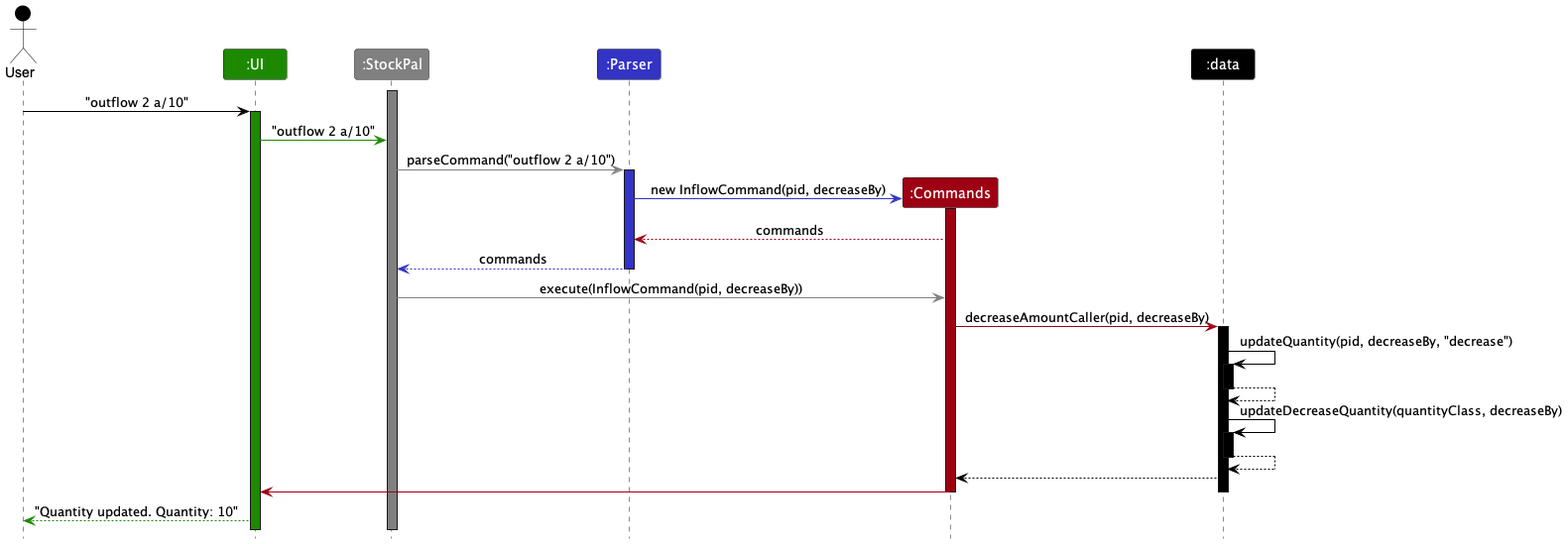
Earlier version of the PlantUML export docs/images/OutflowCommandSequence.png (leongxingyu/tp). The source it was exported from:
```plantuml
@startuml
!include style.puml
skinparam ArrowFontStyle plain

Actor User as user USER_COLOR
Participant ":UI" as ui UI_COLOR
Participant ":StockPal" as stockpal STOCKPAL_COLOR
Participant ":Parser" as parser PARSER_COLOR
Participant ":Commands" as commands COMMANDS_COLOR
Participant ":data" as data DATA_COLOR

activate stockpal STOCKPAL_COLOR

user -[USER_COLOR]> ui : "outflow 2 a/10"
activate ui UI_COLOR

ui -[UI_COLOR]>stockpal : "outflow 2 a/10"

stockpal -[STOCKPAL_COLOR]> parser : parseCommand("outflow 2 a/10")
activate parser PARSER_COLOR

create commands
parser -[PARSER_COLOR]> commands : new InflowCommand(pid, decreaseBy)
activate commands COMMANDS_COLOR
commands --[COMMANDS_COLOR]> parser : commands

parser --[PARSER_COLOR]> stockpal : commands
deactivate parser

stockpal -[STOCKPAL_COLOR]> commands : execute(InflowCommand(pid, decreaseBy))
commands -[COMMANDS_COLOR]> data : decreaseAmountCaller(pid, decreaseBy)
activate data DATA_COLOR

data -[DATA_COLOR]> data : updateQuantity(pid, decreaseBy, "decrease")
activate data DATA_COLOR
data --[DATA_COLOR]> data
deactivate data

data -[DATA_COLOR]> data : updateDecreaseQuantity(quantityClass, decreaseBy)
activate data DATA_COLOR
data --[DATA_COLOR]> data
deactivate data

data --[DATA_COLOR]> commands

commands -[COMMANDS_COLOR]> ui

deactivate commands
deactivate data


ui --[UI_COLOR]> user : "Quantity updated. Quantity: 10"

@enduml
```
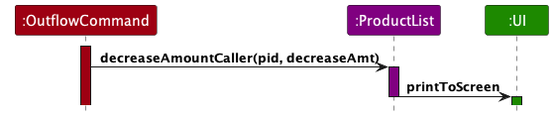
The same diagram one commit later.

Commit message:
Update sequence diagram for inflow and outflow

Change to the diagram source:
```diff
@@ -1,54 +1,17 @@
 @startuml
 !include style.puml
-skinparam ArrowFontStyle plain
 
-Actor User as user USER_COLOR
+Participant ":OutflowCommand" as command COMMANDS_COLOR
+Participant ":ProductList" as productlist PRODUCTLIST_COLOR
 Participant ":UI" as ui UI_COLOR
-Participant ":StockPal" as stockpal STOCKPAL_COLOR
-Participant ":Parser" as parser PARSER_COLOR
-Participant ":Commands" as commands COMMANDS_COLOR
-Participant ":data" as data DATA_COLOR
 
-activate stockpal STOCKPAL_COLOR
+activate command COMMANDS_COLOR
 
-user -[USER_COLOR]> ui : "outflow 2 a/10"
+command -> productlist : decreaseAmountCaller(pid, decreaseAmt)
+activate productlist PRODUCTLIST_COLOR
+
+productlist -> ui : printToScreen
+deactivate productlist
 activate ui UI_COLOR
 
-ui -[UI_COLOR]>stockpal : "outflow 2 a/10"
-
-stockpal -[STOCKPAL_COLOR]> parser : parseCommand("outflow 2 a/10")
-activate parser PARSER_COLOR
-
-create commands
-parser -[PARSER_COLOR]> commands : new InflowCommand(pid, decreaseBy)
-activate commands COMMANDS_COLOR
-commands --[COMMANDS_COLOR]> parser : commands
-
-parser --[PARSER_COLOR]> stockpal : commands
-deactivate parser
-
-stockpal -[STOCKPAL_COLOR]> commands : execute(InflowCommand(pid, decreaseBy))
-commands -[COMMANDS_COLOR]> data : decreaseAmountCaller(pid, decreaseBy)
-activate data DATA_COLOR
-
-data -[DATA_COLOR]> data : updateQuantity(pid, decreaseBy, "decrease")
-activate data DATA_COLOR
-data --[DATA_COLOR]> data
-deactivate data
-
-data -[DATA_COLOR]> data : updateDecreaseQuantity(quantityClass, decreaseBy)
-activate data DATA_COLOR
-data --[DATA_COLOR]> data
-deactivate data
-
-data --[DATA_COLOR]> commands
-
-commands -[COMMANDS_COLOR]> ui
-
-deactivate commands
-deactivate data
-
-
-ui --[UI_COLOR]> user : "Quantity updated. Quantity: 10"
-
 @enduml
```
